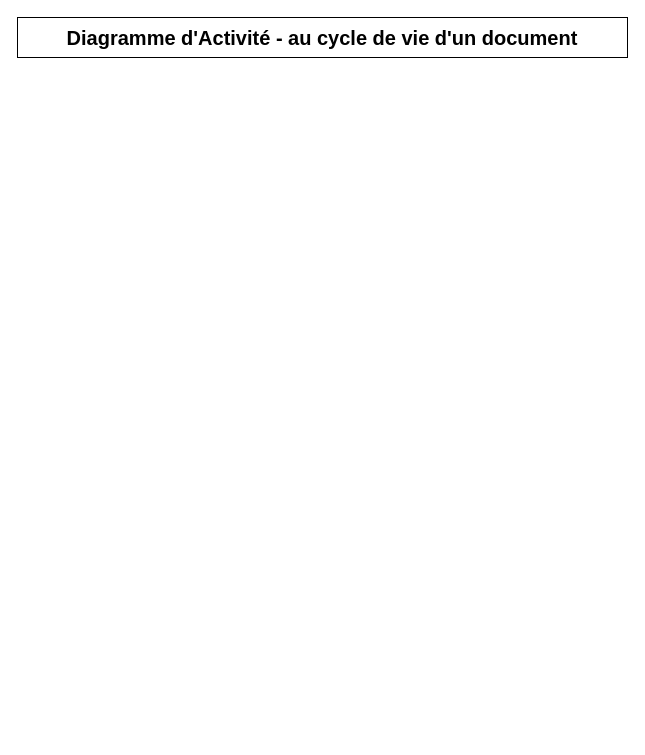
Before: Développer des composants d'interface/Maquetter une application/UML partie 1/Phase 4 - Diagramme d'activité/Diagramme d'activité_2.drawio in Nijat-Majidli/CDA_21188, a draw.io diagram. Source tidied: cells renumbered, new cells numbered last; positions are measured from the earlier drawing's top-left corner, leaving out a move shared by most shapes. Both pictures are drawn from the tidied source at 100%, with x=0, y=0 at pixel (17, 17).
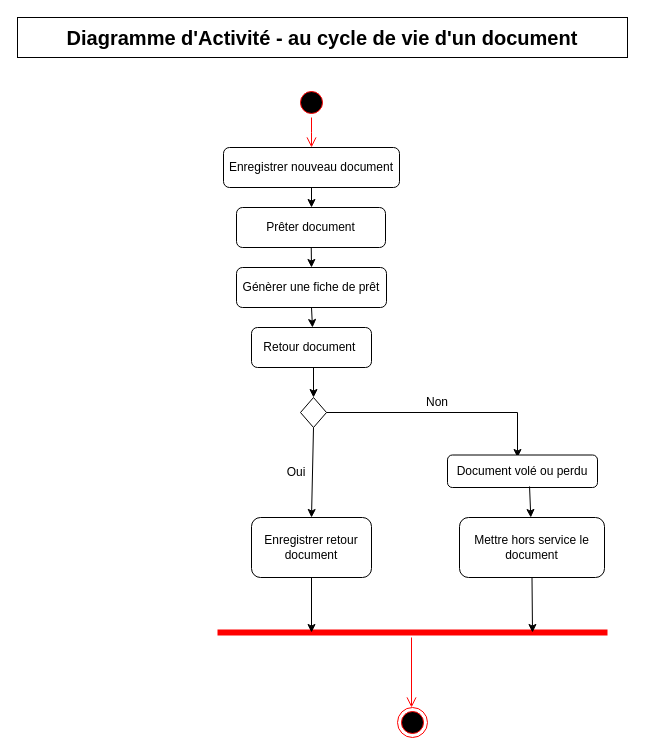
After the change.

The edit, as a diff of the source:
```diff
@@
+    <mxCell id="3" style="ellipse;html=1;shape=startState;fillColor=#000000;strokeColor=#ff0000;" parent="1" vertex="1">
+      <mxGeometry x="279" y="70" width="30" height="30" as="geometry" />
+    </mxCell>
+    <mxCell id="4" style="edgeStyle=orthogonalEdgeStyle;html=1;verticalAlign=bottom;endArrow=open;endSize=8;strokeColor=#ff0000;rounded=0;" parent="1" edge="1" source="3">
+      <mxGeometry relative="1" as="geometry">
+        <mxPoint x="294" y="130" as="targetPoint" />
+      </mxGeometry>
+    </mxCell>
+    <mxCell id="5" value="Enregistrer nouveau document" style="rounded=1;whiteSpace=wrap;html=1;" parent="1" vertex="1">
+      <mxGeometry x="206" y="130" width="176" height="40" as="geometry" />
+    </mxCell>
+    <mxCell id="6" value="Prêter document" style="rounded=1;whiteSpace=wrap;html=1;" parent="1" vertex="1">
+      <mxGeometry x="219" y="190" width="149" height="40" as="geometry" />
+    </mxCell>
+    <mxCell id="7" style="endArrow=classic;html=1;rounded=0;exitX=0.5;exitY=1;exitDx=0;exitDy=0;" parent="1" edge="1" source="5">
+      <mxGeometry relative="1" as="geometry">
+        <mxPoint x="294" y="190" as="targetPoint" />
+      </mxGeometry>
+    </mxCell>
+    <mxCell id="8" style="endArrow=classic;html=1;rounded=0;" parent="1" edge="1" source="6">
+      <mxGeometry relative="1" as="geometry">
+        <mxPoint x="294" y="250" as="targetPoint" />
+      </mxGeometry>
+    </mxCell>
+    <mxCell id="9" value="Génèrer une fiche de prêt" style="rounded=1;whiteSpace=wrap;html=1;" parent="1" vertex="1">
+      <mxGeometry x="219" y="250" width="150" height="40" as="geometry" />
+    </mxCell>
+    <mxCell id="10" style="endArrow=classic;html=1;rounded=0;exitX=0.5;exitY=1;exitDx=0;exitDy=0;" parent="1" edge="1" source="9">
+      <mxGeometry relative="1" as="geometry">
+        <mxPoint x="295" y="310" as="targetPoint" />
+      </mxGeometry>
+    </mxCell>
+    <mxCell id="11" value="Retour document&amp;nbsp;" style="rounded=1;whiteSpace=wrap;html=1;" parent="1" vertex="1">
+      <mxGeometry x="234" y="310" width="120" height="40" as="geometry" />
+    </mxCell>
+    <mxCell id="12" style="rhombus;whiteSpace=wrap;html=1;" parent="1" vertex="1">
+      <mxGeometry x="283" y="380" width="26" height="30" as="geometry" />
+    </mxCell>
+    <mxCell id="13" style="endArrow=classic;html=1;rounded=0;entryX=0.5;entryY=0;entryDx=0;entryDy=0;" parent="1" edge="1" target="12">
+      <mxGeometry relative="1" as="geometry">
+        <mxPoint x="296" y="350" as="sourcePoint" />
+      </mxGeometry>
+    </mxCell>
+    <mxCell id="14" style="endArrow=classic;html=1;rounded=0;entryX=0.5;entryY=0;entryDx=0;entryDy=0;" parent="1" edge="1" target="15">
+      <mxGeometry relative="1" as="geometry">
+        <mxPoint x="296" y="410" as="sourcePoint" />
+      </mxGeometry>
+    </mxCell>
+    <mxCell id="15" value="Enregistrer retour document" style="rounded=1;whiteSpace=wrap;html=1;" parent="1" vertex="1">
+      <mxGeometry x="234" y="500" width="120" height="60" as="geometry" />
+    </mxCell>
+    <mxCell id="16" value="Oui" style="text;html=1;strokeColor=none;fillColor=none;align=center;verticalAlign=middle;whiteSpace=wrap;rounded=0;" parent="1" vertex="1">
+      <mxGeometry x="249" y="440" width="60" height="30" as="geometry" />
+    </mxCell>
+    <mxCell id="17" style="endArrow=classic;html=1;rounded=0;exitX=1;exitY=0.5;exitDx=0;exitDy=0;" parent="1" edge="1" source="12">
+      <mxGeometry relative="1" as="geometry">
+        <mxPoint x="500" y="440" as="targetPoint" />
+        <Array as="points">
+          <mxPoint x="500" y="395" />
+        </Array>
+      </mxGeometry>
+    </mxCell>
+    <mxCell id="18" value="Document volé ou perdu" style="rounded=1;whiteSpace=wrap;html=1;" parent="1" vertex="1">
+      <mxGeometry x="430" y="437.5" width="150" height="32.5" as="geometry" />
+    </mxCell>
+    <mxCell id="19" value="Non" style="text;html=1;strokeColor=none;fillColor=none;align=center;verticalAlign=middle;whiteSpace=wrap;rounded=0;" parent="1" vertex="1">
+      <mxGeometry x="390" y="370" width="60" height="30" as="geometry" />
+    </mxCell>
+    <mxCell id="20" style="endArrow=classic;html=1;rounded=0;exitX=0.547;exitY=0.969;exitDx=0;exitDy=0;exitPerimeter=0;" parent="1" edge="1" source="18" target="21">
+      <mxGeometry relative="1" as="geometry" />
+    </mxCell>
+    <mxCell id="21" value="Mettre hors service le document" style="rounded=1;whiteSpace=wrap;html=1;" parent="1" vertex="1">
+      <mxGeometry x="442" y="500" width="145" height="60" as="geometry" />
+    </mxCell>
+    <mxCell id="22" style="shape=line;html=1;strokeWidth=6;strokeColor=#ff0000;" parent="1" vertex="1">
+      <mxGeometry x="200" y="610" width="390" height="10" as="geometry" />
+    </mxCell>
+    <mxCell id="23" style="edgeStyle=orthogonalEdgeStyle;html=1;verticalAlign=bottom;endArrow=open;endSize=8;strokeColor=#ff0000;rounded=0;" parent="1" edge="1" source="22">
+      <mxGeometry relative="1" as="geometry">
+        <mxPoint x="394" y="690" as="targetPoint" />
+        <Array as="points">
+          <mxPoint x="394" y="615" />
+          <mxPoint x="394" y="615" />
+        </Array>
+      </mxGeometry>
+    </mxCell>
+    <mxCell id="24" style="endArrow=classic;html=1;rounded=0;exitX=0.5;exitY=1;exitDx=0;exitDy=0;" parent="1" edge="1" source="15">
+      <mxGeometry relative="1" as="geometry">
+        <mxPoint x="294" y="615" as="targetPoint" />
+      </mxGeometry>
+    </mxCell>
+    <mxCell id="25" style="endArrow=classic;html=1;rounded=0;exitX=0.5;exitY=1;exitDx=0;exitDy=0;" parent="1" edge="1" source="21">
+      <mxGeometry relative="1" as="geometry">
+        <mxPoint x="515" y="615" as="targetPoint" />
+      </mxGeometry>
+    </mxCell>
+    <mxCell id="26" style="ellipse;html=1;shape=endState;fillColor=#000000;strokeColor=#ff0000;" parent="1" vertex="1">
+      <mxGeometry x="380" y="690" width="30" height="30" as="geometry" />
+    </mxCell>
```
